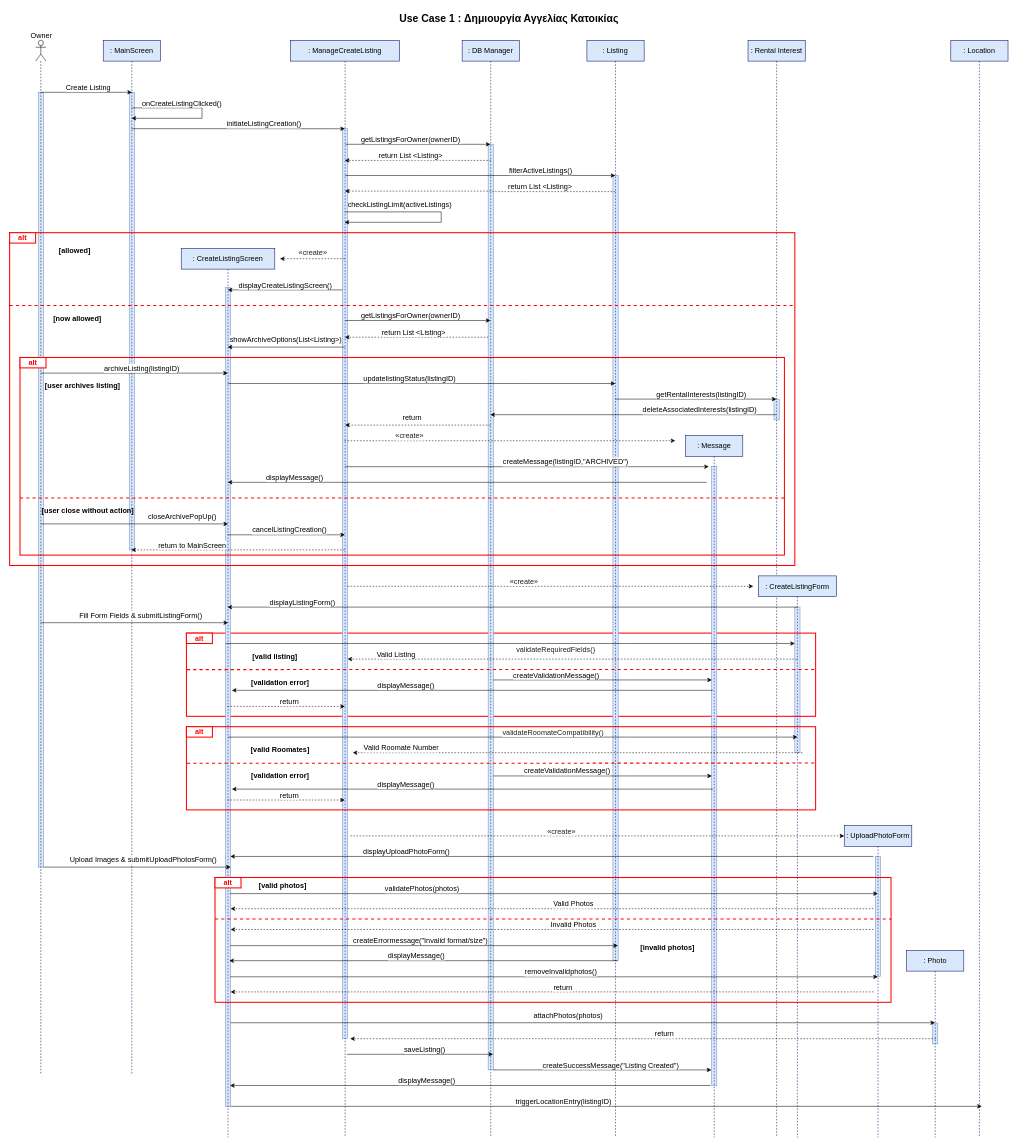
evelinastavropoulou/HomeLink keeps this draw.io diagram as page "Σελίδα-1" (1 of 2) of Παραδοτέο 2/Diagrams/sequences.drawio. Above is the earlier version. Source tidied: cells renumbered, new cells numbered last; positions are measured from the earlier drawing's top-left corner, leaving out a move shared by most shapes. Both pictures are drawn from the tidied source at 52%, with x=0, y=0 at pixel (9, 9).
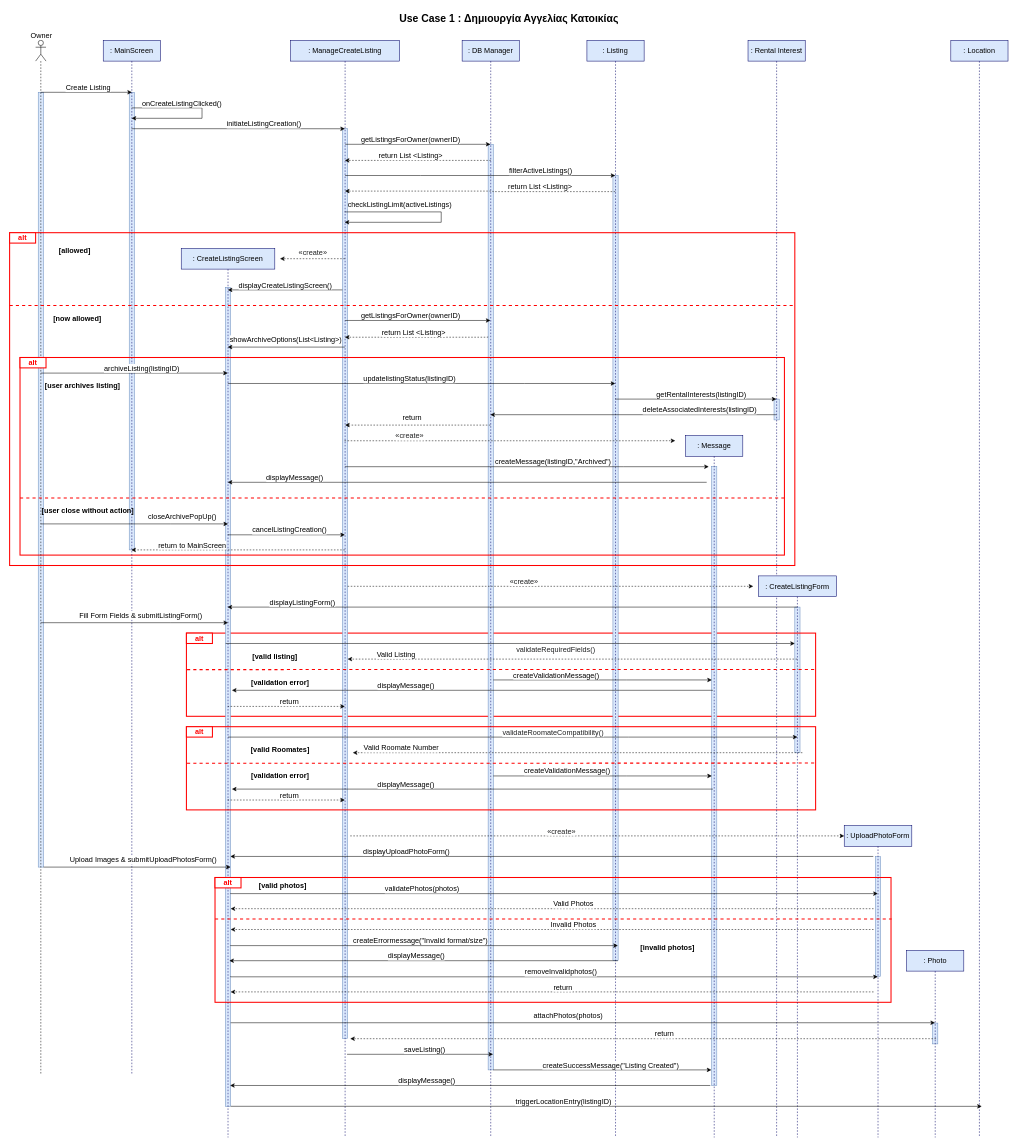
Above is the later version.

The change refers to these unchanged cells:
```xml
<mxCell id="54" style="edgeStyle=orthogonalEdgeStyle;rounded=0;orthogonalLoop=1;jettySize=auto;html=1;curved=0;fontSize=14;" parent="1" edge="1">
  <mxGeometry relative="1" as="geometry">
    <mxPoint x="644.8" y="880" as="sourcePoint" />
    <mxPoint x="1344.5" y="880" as="targetPoint" />
    <Array as="points">
      <mxPoint x="1180" y="880" />
      <mxPoint x="1180" y="880" />
    </Array>
  </mxGeometry>
</mxCell>
```

What changed in the source:
```diff
@@
-    <mxCell id="55" value="createMessage(listingID,&quot;ARCHIVED&quot;)" style="edgeLabel;html=1;align=center;verticalAlign=middle;fontSize=14;" parent="54" vertex="1">
+    <mxCell id="55" value="createMessage(listingID,&quot;Archived&quot;)" style="edgeLabel;html=1;align=center;verticalAlign=middle;fontSize=14;" parent="54" vertex="1">
       <mxGeometry x="0.29" y="-1" relative="1" as="geometry">
-        <mxPoint x="-27" y="-11" as="offset" />
+        <mxPoint x="-51" y="-12" as="offset" />
       </mxGeometry>
     </mxCell>
```
